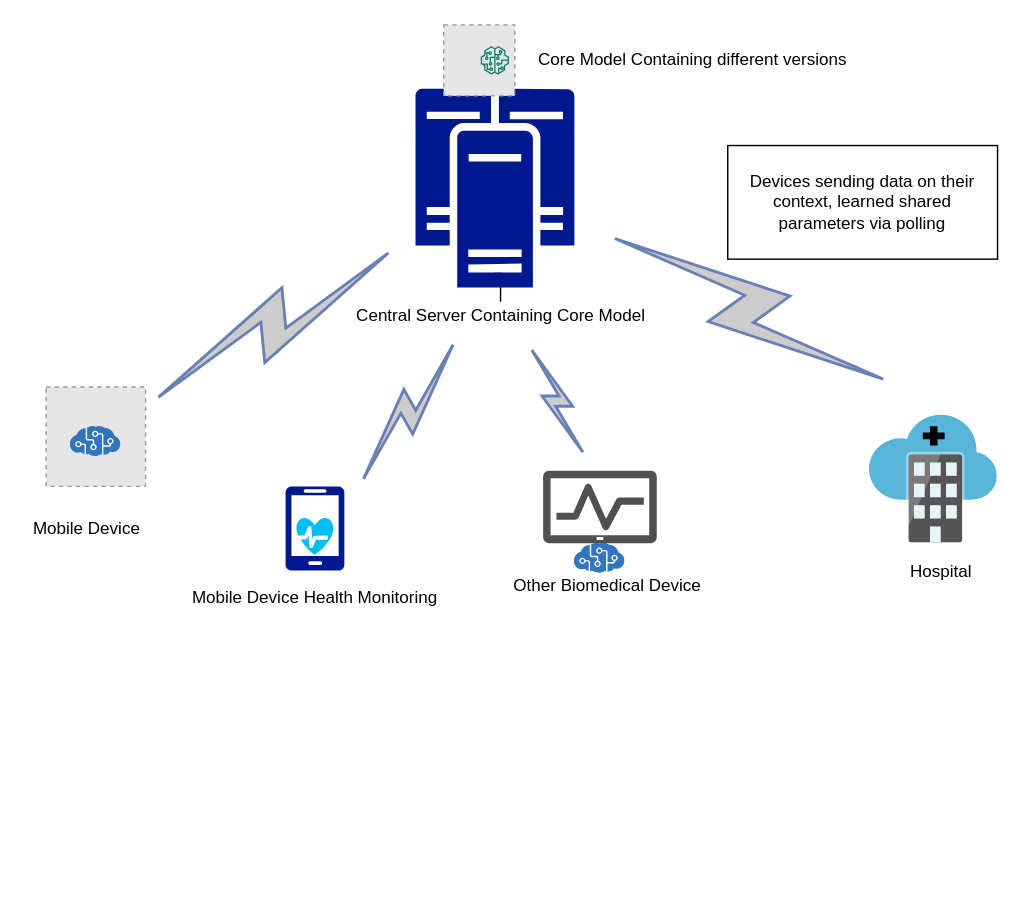
The draw.io diagram Untitled Diagram.drawio in ttunduny/flowers, before the edit. Source tidied: cells renumbered, new cells numbered last; positions are measured from the earlier drawing's top-left corner, leaving out a move shared by most shapes. Both pictures are drawn from the tidied source at 142%, with x=0, y=0 at pixel (24, 24). Pictures stored in the file or linked from it are replaced by grey dashed boxes.
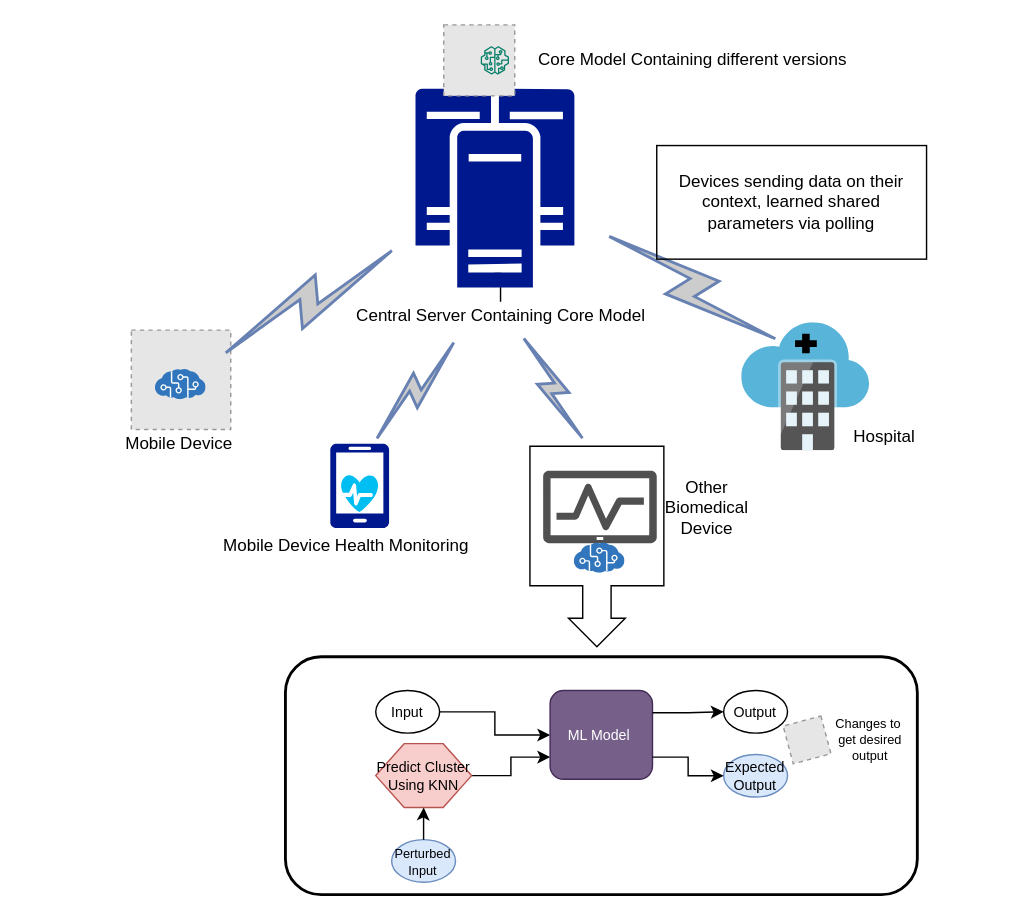
The same diagram, later.

Unchanged cells that the change refers to:
```xml
<mxCell id="3" value="Central Server Containing Core Model" style="text;html=1;align=center;verticalAlign=middle;points=[];strokeColor=none;fillColor=none;" parent="1" vertex="1">
  <mxGeometry x="225" y="195" width="220" height="20" as="geometry" />
</mxCell>
<mxCell id="16" style="fillColor=#E6E6E6;strokeColor=#999999;dashed=1;html=1;verticalAlign=top;verticalLabelPosition=bottom;labelBackgroundColor=#ffffff;" parent="15" vertex="1">
  <mxGeometry width="70" height="70" as="geometry" />
</mxCell>
```

Diff of the diagram source:
```diff
@@
+    <mxCell id="28" style="html=1;shadow=0;dashed=0;align=center;verticalAlign=middle;shape=mxgraph.arrows2.calloutArrow;dy=10;dx=20;notch=98.22;arrowHead=10;rotation=90;" parent="1" vertex="1">
+      <mxGeometry x="332.3" y="320.2" width="141.1" height="94.3" as="geometry" />
+    </mxCell>
@@
     <mxCell id="9" style="group;" parent="1" vertex="1">
-      <mxGeometry x="595" y="275" width="90" height="90" as="geometry" />
+      <mxGeometry x="505" y="210" width="90" height="90" as="geometry" />
     </mxCell>
@@
     <mxCell id="12" value="Hospital" style="text;html=1;align=center;verticalAlign=middle;strokeColor=none;fillColor=none;" parent="1" vertex="1">
-      <mxGeometry x="615" y="375" width="60" height="20" as="geometry" />
+      <mxGeometry x="575" y="280" width="60" height="20" as="geometry" />
     </mxCell>
-    <mxCell id="13" value="Other Biomedical Device" style="text;html=1;align=center;verticalAlign=middle;strokeColor=none;fillColor=none;" parent="1" vertex="1">
-      <mxGeometry x="335" y="385" width="150" height="20" as="geometry" />
+    <mxCell id="13" value="Other &lt;br&gt;Biomedical &lt;br&gt;Device" style="text;html=1;align=center;verticalAlign=middle;strokeColor=none;fillColor=none;" parent="1" vertex="1">
+      <mxGeometry x="445" y="315" width="70" height="50" as="geometry" />
     </mxCell>
     <mxCell id="14" value="Mobile Device Health Monitoring" style="text;html=1;align=center;verticalAlign=middle;strokeColor=none;fillColor=none;" parent="1" vertex="1">
-      <mxGeometry x="109.2" y="394" width="190" height="20" as="geometry" />
+      <mxGeometry x="131" y="357.3" width="190" height="20" as="geometry" />
     </mxCell>
     <mxCell id="15" style="group;" parent="1" vertex="1">
-      <mxGeometry x="15" y="255" width="70" height="80" as="geometry" />
+      <mxGeometry x="75" y="215" width="70" height="80" as="geometry" />
     </mxCell>
@@
     <mxCell id="18" value="Mobile Device&amp;nbsp;" style="text;html=1;align=center;verticalAlign=middle;strokeColor=none;fillColor=none;" parent="1" vertex="1">
-      <mxGeometry y="345" width="90" height="20" as="geometry" />
+      <mxGeometry x="65" y="285" width="90" height="20" as="geometry" />
     </mxCell>
     <mxCell id="19" style="group;" parent="1" vertex="1">
-      <mxGeometry x="183.5" y="325" width="41.5" height="70" as="geometry" />
+      <mxGeometry x="215" y="295" width="41.5" height="70" as="geometry" />
     </mxCell>
@@
-    <mxCell id="23" style="html=1;outlineConnect=0;fillColor=#CCCCCC;strokeColor=#6881B3;gradientColor=none;gradientDirection=north;strokeWidth=2;shape=mxgraph.networks.comm_link_edge;html=1;rounded=0;" parent="1" edge="1" source="16">
+    <mxCell id="23" style="html=1;outlineConnect=0;fillColor=#CCCCCC;strokeColor=#6881B3;gradientColor=none;gradientDirection=north;strokeWidth=2;shape=mxgraph.networks.comm_link_edge;html=1;rounded=0;" parent="1" edge="1">
       <mxGeometry relative="1" as="geometry">
+        <mxPoint x="135" y="235" as="sourcePoint" />
         <mxPoint x="265" y="155" as="targetPoint" />
       </mxGeometry>
     </mxCell>
     <mxCell id="24" style="html=1;outlineConnect=0;fillColor=#CCCCCC;strokeColor=#6881B3;gradientColor=none;gradientDirection=north;strokeWidth=2;shape=mxgraph.networks.comm_link_edge;html=1;rounded=0;entryX=0.364;entryY=1.25;entryDx=0;entryDy=0;entryPerimeter=0;" parent="1" edge="1" target="3">
       <mxGeometry relative="1" as="geometry">
-        <mxPoint x="235" y="325" as="sourcePoint" />
+        <mxPoint x="245" y="295" as="sourcePoint" />
       </mxGeometry>
     </mxCell>
-    <mxCell id="25" style="html=1;outlineConnect=0;fillColor=#CCCCCC;strokeColor=#6881B3;gradientColor=none;gradientDirection=north;strokeWidth=2;shape=mxgraph.networks.comm_link_edge;html=1;rounded=0;" parent="1" edge="1">
+    <mxCell id="25" style="html=1;outlineConnect=0;fillColor=#CCCCCC;strokeColor=#6881B3;gradientColor=none;gradientDirection=north;strokeWidth=2;shape=mxgraph.networks.comm_link_edge;html=1;rounded=0;entryX=0.564;entryY=1.1;entryDx=0;entryDy=0;entryPerimeter=0;" parent="1" edge="1" target="3">
       <mxGeometry relative="1" as="geometry">
-        <mxPoint x="395" y="305" as="sourcePoint" />
-        <mxPoint x="355" y="225" as="targetPoint" />
+        <mxPoint x="395" y="295" as="sourcePoint" />
       </mxGeometry>
     </mxCell>
     <mxCell id="26" style="html=1;outlineConnect=0;fillColor=#CCCCCC;strokeColor=#6881B3;gradientColor=none;gradientDirection=north;strokeWidth=2;shape=mxgraph.networks.comm_link_edge;html=1;rounded=0;" parent="1" edge="1">
       <mxGeometry relative="1" as="geometry">
-        <mxPoint x="615" y="255" as="sourcePoint" />
+        <mxPoint x="535" y="225" as="sourcePoint" />
         <mxPoint x="405" y="145" as="targetPoint" />
       </mxGeometry>
     </mxCell>
     <mxCell id="27" value="Devices sending data on their context, learned shared parameters via polling" style="text;html=1;strokeColor=default;fillColor=none;align=center;verticalAlign=middle;whiteSpace=wrap;rounded=0;" parent="1" vertex="1">
-      <mxGeometry x="495" y="85" width="190" height="80" as="geometry" />
+      <mxGeometry x="445" y="85" width="190" height="80" as="geometry" />
     </mxCell>
+    <mxCell id="29" style="group;" parent="1" vertex="1">
+      <mxGeometry x="183.5" y="445" width="445" height="167.5" as="geometry" />
+    </mxCell>
+    <mxCell id="30" style="rounded=1;whiteSpace=wrap;html=1;fontSize=9;strokeWidth=2;" parent="29" vertex="1">
+      <mxGeometry width="445" height="167.5" as="geometry" />
+    </mxCell>
+    <mxCell id="31" value="Input" style="ellipse;whiteSpace=wrap;html=1;fontSize=10;" parent="29" vertex="1">
+      <mxGeometry x="63.6" y="23.8" width="45" height="30" as="geometry" />
+    </mxCell>
+    <mxCell id="32" value="ML Model&amp;nbsp;" style="rounded=1;whiteSpace=wrap;html=1;fontSize=10;fillColor=#76608a;fontColor=#ffffff;strokeColor=#432D57;" parent="29" vertex="1">
+      <mxGeometry x="186.4" y="23.8" width="72.1" height="62.5" as="geometry" />
+    </mxCell>
+    <mxCell id="33" style="edgeStyle=orthogonalEdgeStyle;rounded=0;jettySize=auto;html=1;fontSize=10;" parent="29" edge="1" source="31" target="32">
+      <mxGeometry relative="1" as="geometry" />
+    </mxCell>
+    <mxCell id="34" value="Output" style="ellipse;whiteSpace=wrap;html=1;fontSize=10;" parent="29" vertex="1">
+      <mxGeometry x="308.6" y="23.8" width="45" height="30" as="geometry" />
+    </mxCell>
+    <mxCell id="35" style="edgeStyle=orthogonalEdgeStyle;rounded=0;jettySize=auto;html=1;exitX=1;exitY=0.25;exitDx=0;exitDy=0;entryX=0;entryY=0.5;entryDx=0;entryDy=0;fontSize=10;" parent="29" edge="1" source="32" target="34">
+      <mxGeometry relative="1" as="geometry" />
+    </mxCell>
+    <mxCell id="36" value="&lt;font style=&quot;font-size: 9px&quot;&gt;Perturbed Input&lt;/font&gt;" style="ellipse;whiteSpace=wrap;html=1;fontSize=10;fillColor=#dae8fc;strokeColor=#6c8ebf;" parent="29" vertex="1">
+      <mxGeometry x="74.8" y="128.8" width="45" height="30" as="geometry" />
+    </mxCell>
+    <mxCell id="37" style="edgeStyle=orthogonalEdgeStyle;rounded=0;jettySize=auto;html=1;entryX=0;entryY=0.75;entryDx=0;entryDy=0;fontSize=10;" parent="29" edge="1" source="38" target="32">
+      <mxGeometry relative="1" as="geometry" />
+    </mxCell>
+    <mxCell id="38" value="Predict Cluster Using KNN" style="shape=hexagon;perimeter=hexagonPerimeter2;whiteSpace=wrap;html=1;fixedSize=1;fontSize=10;fillColor=#f8cecc;strokeColor=#b85450;" parent="29" vertex="1">
+      <mxGeometry x="63.6" y="61.2" width="67.5" height="45" as="geometry" />
+    </mxCell>
+    <mxCell id="39" style="edgeStyle=orthogonalEdgeStyle;rounded=0;jettySize=auto;html=1;fontSize=10;" parent="29" edge="1" source="36" target="38">
+      <mxGeometry relative="1" as="geometry" />
+    </mxCell>
+    <mxCell id="40" value="Expected Output" style="ellipse;whiteSpace=wrap;html=1;fontSize=10;fillColor=#dae8fc;strokeColor=#6c8ebf;" parent="29" vertex="1">
+      <mxGeometry x="308.6" y="68.8" width="45" height="30" as="geometry" />
+    </mxCell>
+    <mxCell id="41" style="edgeStyle=orthogonalEdgeStyle;rounded=0;jettySize=auto;html=1;exitX=1;exitY=0.75;exitDx=0;exitDy=0;entryX=0;entryY=0.5;entryDx=0;entryDy=0;fontSize=10;" parent="29" edge="1" source="32" target="40">
+      <mxGeometry relative="1" as="geometry" />
+    </mxCell>
+    <mxCell id="42" style="fillColor=#E6E6E6;strokeColor=#999999;dashed=1;html=1;verticalAlign=top;verticalLabelPosition=bottom;labelBackgroundColor=#ffffff;fontSize=9;rotation=75;" parent="29" vertex="1">
+      <mxGeometry x="353.6" y="44.8" width="27.5" height="27.5" as="geometry" />
+    </mxCell>
+    <mxCell id="43" value="Changes to&amp;nbsp;&lt;br&gt;get desired &lt;br&gt;output" style="text;html=1;align=center;verticalAlign=middle;strokeColor=none;fillColor=none;fontSize=9;" parent="29" vertex="1">
+      <mxGeometry x="381.1" y="38.8" width="60" height="40" as="geometry" />
+    </mxCell>
```
